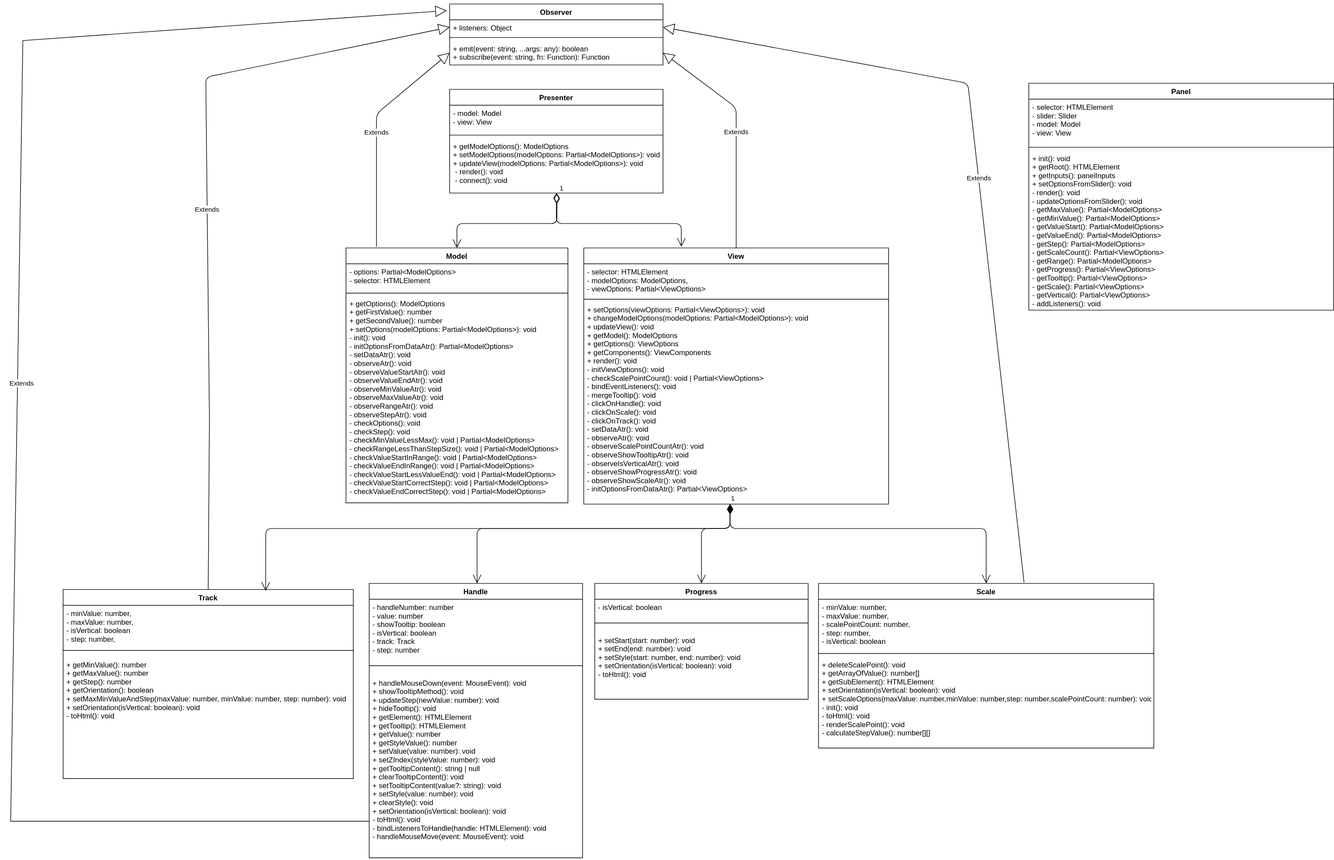
Before: UML.svg, a diagram exported from draw.io (inconsumable1812/Slider). Source tidied: cells renumbered, new cells last; positions are measured from the earlier drawing's top-left corner, leaving out a move shared by most shapes.
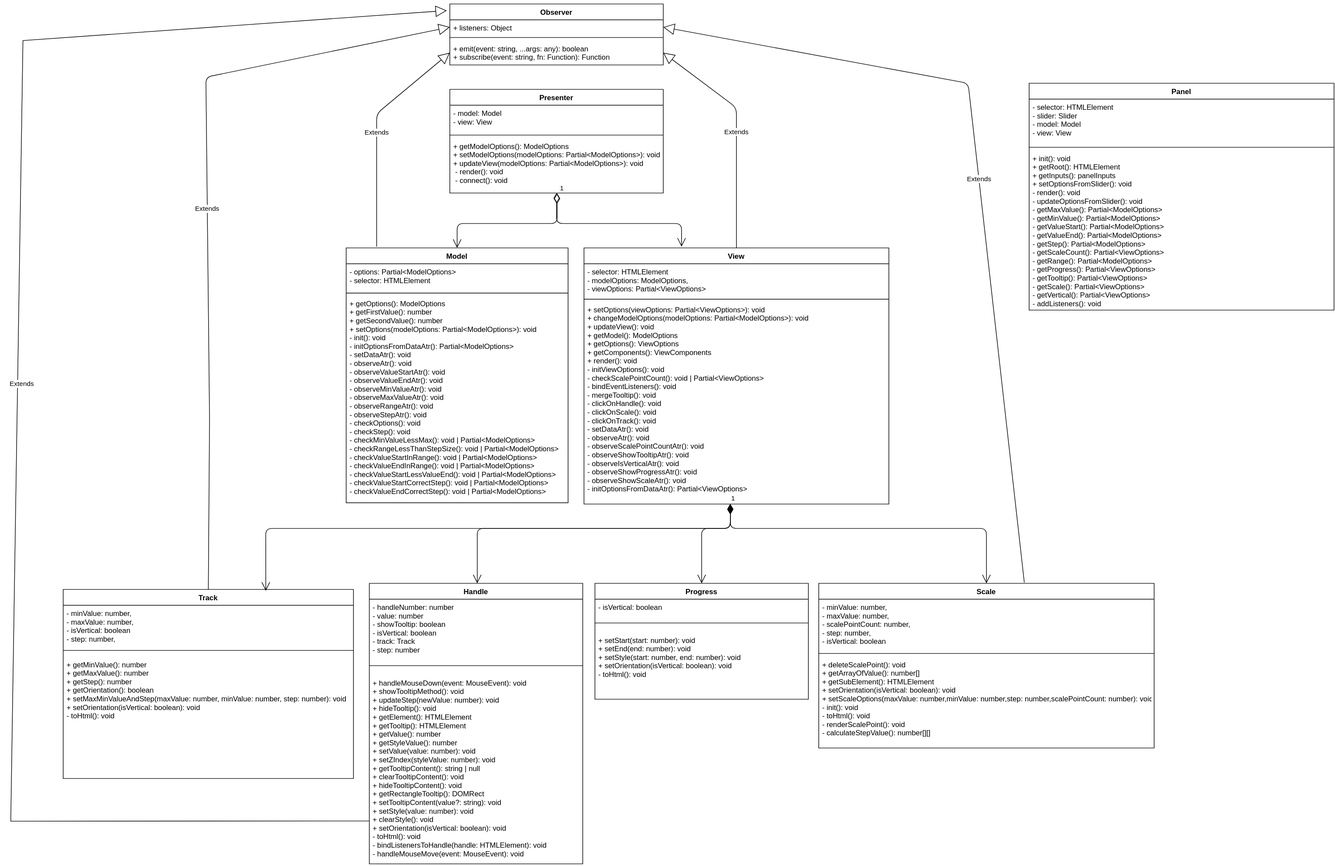
After the change.

Diff of the diagram source:
```diff
@@ -51,7 +51,7 @@
       <mxGeometry y="60" width="350" height="40" as="geometry" />
     </mxCell>
     <mxCell id="18" value="Handle" style="swimlane;fontStyle=1;align=center;verticalAlign=top;horizontal=1;startSize=26;strokeColor=default;fillColor=default;gradientColor=none;fontColor=default;" parent="1" vertex="1">
-      <mxGeometry x="588" y="950" width="350" height="450" as="geometry" />
+      <mxGeometry x="588" y="950" width="350" height="460" as="geometry" />
     </mxCell>
     <mxCell id="19" value="- handleNumber: number &#10;- value: number &#10;- showTooltip: boolean&#10;- isVertical: boolean&#10;- track: Track&#10;- step: number" style="text;strokeColor=none;fillColor=none;align=left;verticalAlign=top;spacingLeft=4;spacingRight=4;overflow=hidden;fontColor=default;" parent="18" vertex="1">
       <mxGeometry y="26" width="350" height="94" as="geometry" />
@@ -59,8 +59,8 @@
     <mxCell id="20" style="line;strokeWidth=1;fillColor=none;align=left;verticalAlign=middle;spacingTop=-1;spacingLeft=3;spacingRight=3;labelPosition=right;strokeColor=default;labelBackgroundColor=default;fontColor=default;" parent="18" vertex="1">
       <mxGeometry y="120" width="350" height="30" as="geometry" />
     </mxCell>
-    <mxCell id="21" value="+ handleMouseDown(event: MouseEvent): void&#10;+ showTooltipMethod(): void&#10;+ updateStep(newValue: number): void&#10;+ hideTooltip(): void&#10;+ getElement(): HTMLElement&#10;+ getTooltip(): HTMLElement&#10;+ getValue(): number&#10;+ getStyleValue(): number&#10;+ setValue(value: number): void&#10;+ setZIndex(styleValue: number): void&#10;+ getTooltipContent(): string | null&#10;+ clearTooltipContent(): void&#10;+ setTooltipContent(value?: string): void&#10;+ setStyle(value: number): void&#10;+ clearStyle(): void&#10;+ setOrientation(isVertical: boolean): void&#10;- toHtml(): void&#10;- bindListenersToHandle(handle: HTMLElement): void&#10;- handleMouseMove(event: MouseEvent): void" style="text;strokeColor=none;fillColor=none;align=left;verticalAlign=top;spacingLeft=4;spacingRight=4;overflow=hidden;points=[[0,0.5],[1,0.5]];portConstraint=eastwest;fontColor=default;" parent="18" vertex="1">
-      <mxGeometry y="150" width="350" height="300" as="geometry" />
+    <mxCell id="21" value="+ handleMouseDown(event: MouseEvent): void&#10;+ showTooltipMethod(): void&#10;+ updateStep(newValue: number): void&#10;+ hideTooltip(): void&#10;+ getElement(): HTMLElement&#10;+ getTooltip(): HTMLElement&#10;+ getValue(): number&#10;+ getStyleValue(): number&#10;+ setValue(value: number): void&#10;+ setZIndex(styleValue: number): void&#10;+ getTooltipContent(): string | null&#10;+ clearTooltipContent(): void&#10;+ hideTooltipContent(): void&#10;+ getRectangleTooltip(): DOMRect&#10;+ setTooltipContent(value?: string): void&#10;+ setStyle(value: number): void&#10;+ clearStyle(): void&#10;+ setOrientation(isVertical: boolean): void&#10;- toHtml(): void&#10;- bindListenersToHandle(handle: HTMLElement): void&#10;- handleMouseMove(event: MouseEvent): void" style="text;strokeColor=none;fillColor=none;align=left;verticalAlign=top;spacingLeft=4;spacingRight=4;overflow=hidden;points=[[0,0.5],[1,0.5]];portConstraint=eastwest;fontColor=default;" parent="18" vertex="1">
+      <mxGeometry y="150" width="350" height="310" as="geometry" />
     </mxCell>
     <mxCell id="22" value="Progress" style="swimlane;fontStyle=1;align=center;verticalAlign=top;horizontal=1;startSize=26;strokeColor=default;fillColor=default;gradientColor=none;" parent="1" vertex="1">
       <mxGeometry x="958" y="950" width="350" height="190" as="geometry" />
@@ -194,7 +194,7 @@
         </Array>
       </mxGeometry>
     </mxCell>
-    <mxCell id="48" value="Extends" style="endArrow=block;endSize=16;endFill=0;html=1;rounded=0;strokeColor=default;labelBackgroundColor=default;fontColor=default;entryX=-0.014;entryY=0.108;entryDx=0;entryDy=0;entryPerimeter=0;exitX=0;exitY=0.8;exitDx=0;exitDy=0;exitPerimeter=0;" parent="1" edge="1" source="21" target="14">
+    <mxCell id="48" value="Extends" style="endArrow=block;endSize=16;endFill=0;html=1;rounded=0;strokeColor=default;labelBackgroundColor=default;fontColor=default;entryX=-0.014;entryY=0.108;entryDx=0;entryDy=0;entryPerimeter=0;exitX=0;exitY=0.773;exitDx=0;exitDy=0;exitPerimeter=0;" parent="1" edge="1" source="21" target="14">
       <mxGeometry x="0.02" y="-7" relative="1" as="geometry">
         <Array as="points">
           <mxPoint y="1340" />
```
